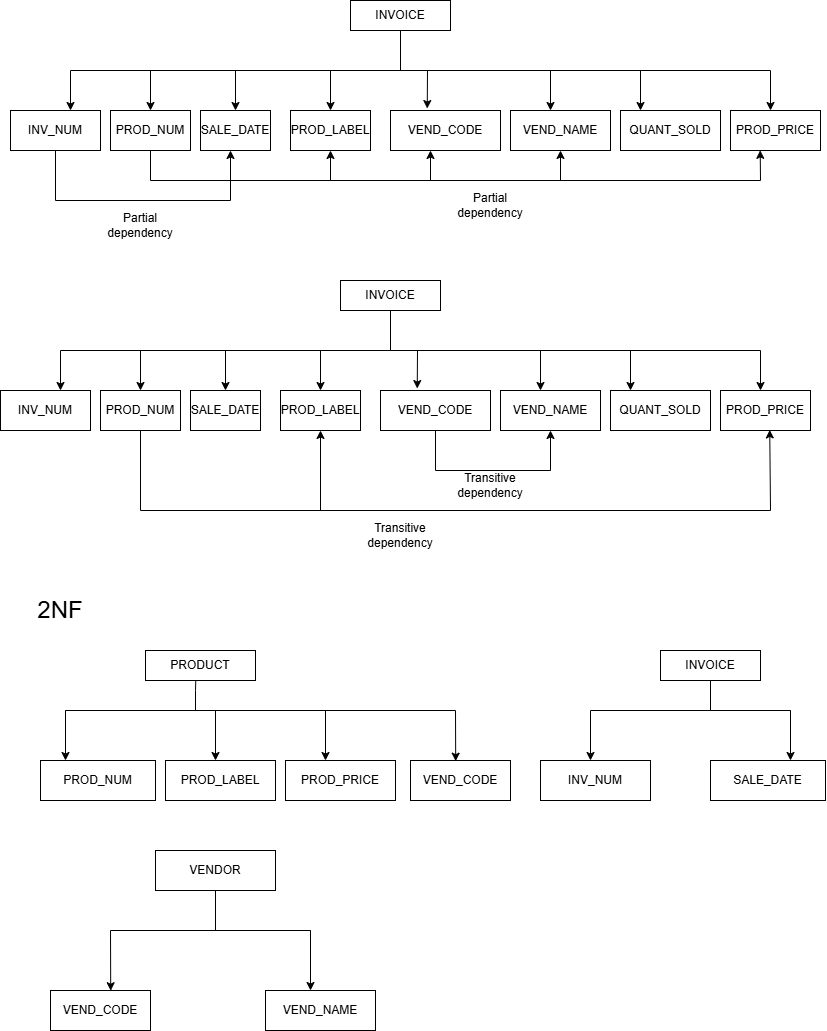
The draw.io diagram Manivannan_assign3.png in JaikishanMK0701/Projects, before a commit. Source tidied: cells renumbered, new cells last; positions are measured from the earlier drawing's top-left corner, leaving out a move shared by most shapes.
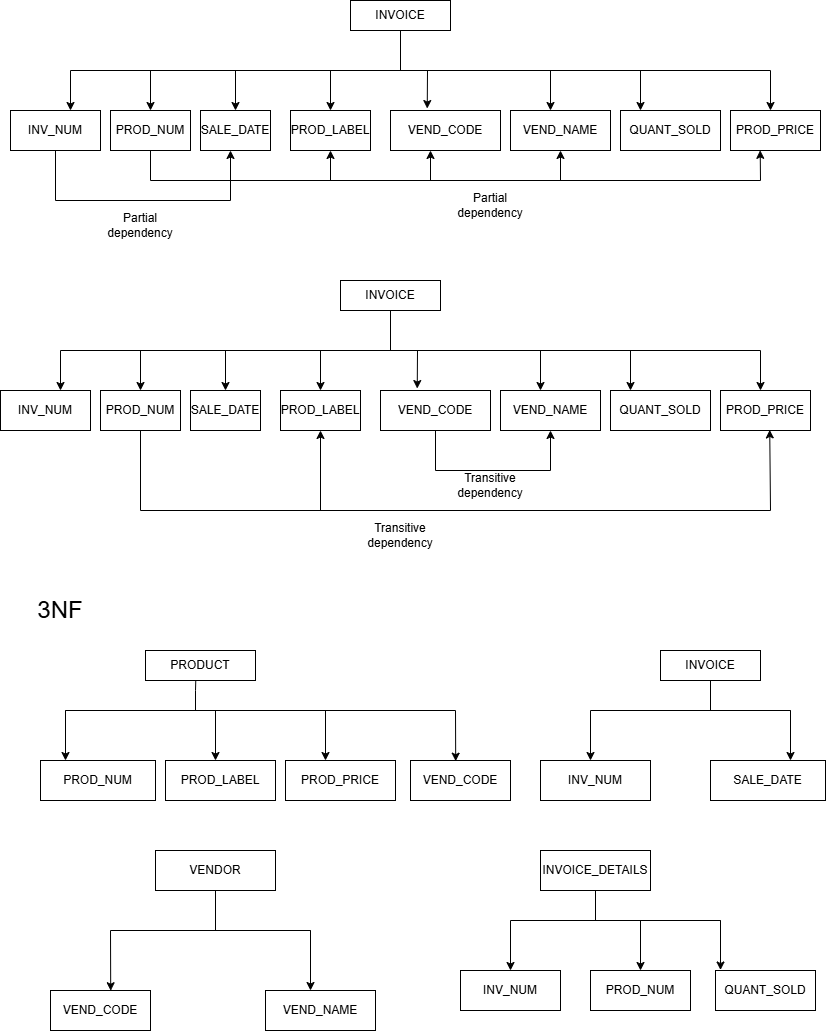
The same diagram one commit later.

What changed in the source:
```diff
@@ -333,7 +333,7 @@
     <mxCell id="72" value="SALE_DATE" style="rounded=0;whiteSpace=wrap;html=1;" parent="1" vertex="1">
       <mxGeometry x="710" y="760" width="115" height="40" as="geometry" />
     </mxCell>
-    <mxCell id="73" value="&lt;font style=&quot;font-size: 24px;&quot;&gt;2NF&lt;/font&gt;" style="text;html=1;align=center;verticalAlign=middle;whiteSpace=wrap;rounded=0;" parent="1" vertex="1">
+    <mxCell id="73" value="&lt;font style=&quot;font-size: 24px;&quot;&gt;3NF&lt;/font&gt;" style="text;html=1;align=center;verticalAlign=middle;whiteSpace=wrap;rounded=0;" parent="1" vertex="1">
       <mxGeometry y="590" width="120" height="40" as="geometry" />
     </mxCell>
     <mxCell id="74" value="VENDOR" style="rounded=0;whiteSpace=wrap;html=1;" parent="1" vertex="1">
@@ -365,5 +365,41 @@
         <mxPoint x="310" y="990" as="targetPoint" />
       </mxGeometry>
     </mxCell>
+    <mxCell id="80" value="INVOICE_DETAILS" style="rounded=0;whiteSpace=wrap;html=1;" parent="1" vertex="1">
+      <mxGeometry x="540" y="850" width="110" height="40" as="geometry" />
+    </mxCell>
+    <mxCell id="81" style="endArrow=none;html=1;rounded=0;exitX=0.5;exitY=1;exitDx=0;exitDy=0;" parent="1" edge="1" source="80">
+      <mxGeometry relative="1" as="geometry">
+        <mxPoint x="510" y="920" as="targetPoint" />
+        <Array as="points">
+          <mxPoint x="595" y="920" />
+          <mxPoint x="720" y="920" />
+        </Array>
+      </mxGeometry>
+    </mxCell>
+    <mxCell id="82" value="INV_NUM" style="rounded=0;whiteSpace=wrap;html=1;" parent="1" vertex="1">
+      <mxGeometry x="460" y="970" width="100" height="40" as="geometry" />
+    </mxCell>
+    <mxCell id="83" value="PROD_NUM" style="rounded=0;whiteSpace=wrap;html=1;" parent="1" vertex="1">
+      <mxGeometry x="590" y="970" width="100" height="40" as="geometry" />
+    </mxCell>
+    <mxCell id="84" value="QUANT_SOLD" style="rounded=0;whiteSpace=wrap;html=1;" parent="1" vertex="1">
+      <mxGeometry x="715" y="970" width="100" height="40" as="geometry" />
+    </mxCell>
+    <mxCell id="85" style="endArrow=classic;html=1;rounded=0;entryX=0.5;entryY=0;entryDx=0;entryDy=0;" parent="1" edge="1" target="82">
+      <mxGeometry relative="1" as="geometry">
+        <mxPoint x="510" y="920" as="sourcePoint" />
+      </mxGeometry>
+    </mxCell>
+    <mxCell id="86" style="endArrow=classic;html=1;rounded=0;entryX=0.5;entryY=0;entryDx=0;entryDy=0;" parent="1" edge="1" target="83">
+      <mxGeometry relative="1" as="geometry">
+        <mxPoint x="640" y="920" as="sourcePoint" />
+      </mxGeometry>
+    </mxCell>
+    <mxCell id="87" style="endArrow=classic;html=1;rounded=0;entryX=0.05;entryY=-0.012;entryDx=0;entryDy=0;entryPerimeter=0;" parent="1" edge="1" target="84">
+      <mxGeometry relative="1" as="geometry">
+        <mxPoint x="720" y="920" as="sourcePoint" />
+      </mxGeometry>
+    </mxCell>
   </root>
 </mxGraphModel>
```
